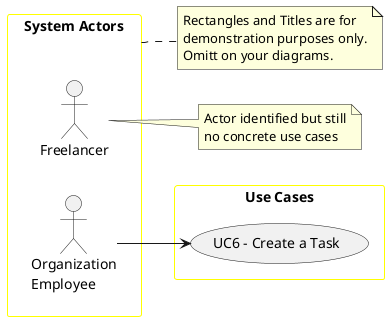
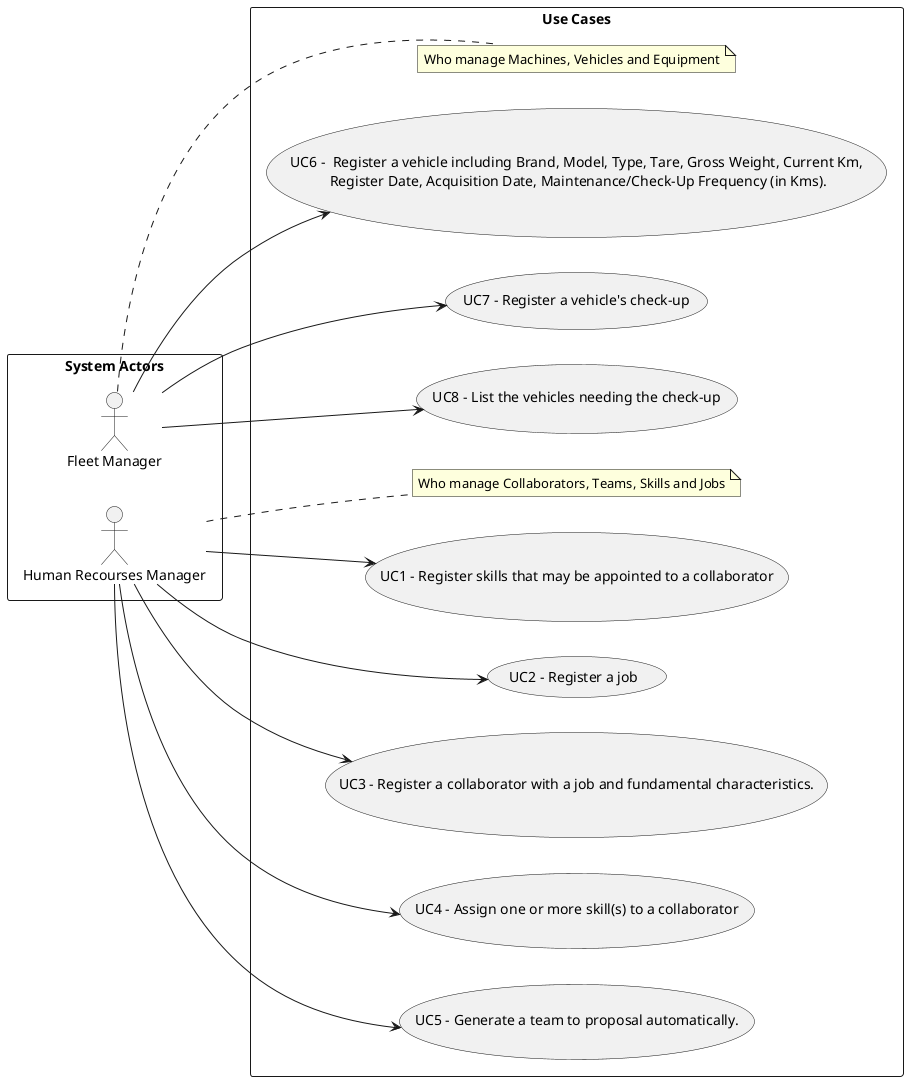
@startuml
'skinparam monochrome true
skinparam packageStyle rectangle
'skinparam shadowing false

- skinparam rectangle{
-     BorderColor yellow
- }
- 
- 'title Use Case Diagram Example
- 
left to right direction

rectangle "System Actors" as actors {
-     actor Freelancer
-     actor "Organization\nEmployee" as Employee
+     actor "Fleet Manager" as Manager
+     actor "Human Recourses Manager" as HRM
}


- note right of Freelancer
-     Actor identified but still
-     no concrete use cases
- end note
+ rectangle "Use Cases" as usecases{
+     note right of Manager
+         Who manage Machines, Vehicles and Equipment
+     end note
+     usecase "UC6 -  Register a vehicle including Brand, Model, Type, Tare, Gross Weight, Current Km,\n Register Date, Acquisition Date, Maintenance/Check-Up Frequency (in Kms)." as UC6
+     Manager --> UC6

- rectangle "Use Cases" as usecases{
-     usecase "UC6 - Create a Task" as UC6
-     Employee --> UC6
+     usecase "UC7 - Register a vehicle's check-up" as UC7
+     Manager --> UC7
+ 
+     usecase "UC8 - List the vehicles needing the check-up" as UC8
+     Manager --> UC8
+ 
+     note right of HRM
+         Who manage Collaborators, Teams, Skills and Jobs
+     end note
+     usecase "UC1 - Register skills that may be appointed to a collaborator" as UC1
+     HRM --> UC1
+ 
+     usecase "UC2 - Register a job" as UC2
+     HRM --> UC2
+ 
+     usecase "UC3 - Register a collaborator with a job and fundamental characteristics." as UC3
+     HRM --> UC3
+ 
+     usecase "UC4 - Assign one or more skill(s) to a collaborator" as UC4
+     HRM --> UC4
+ 
+     usecase "UC5 - Generate a team to proposal automatically." as UC5
+     HRM --> UC5
+ 
+ 
+ 
+ 
}
- note right of actors
-     Rectangles and Titles are for
-     demonstration purposes only.
-     Omitt on your diagrams.
- end note

@enduml